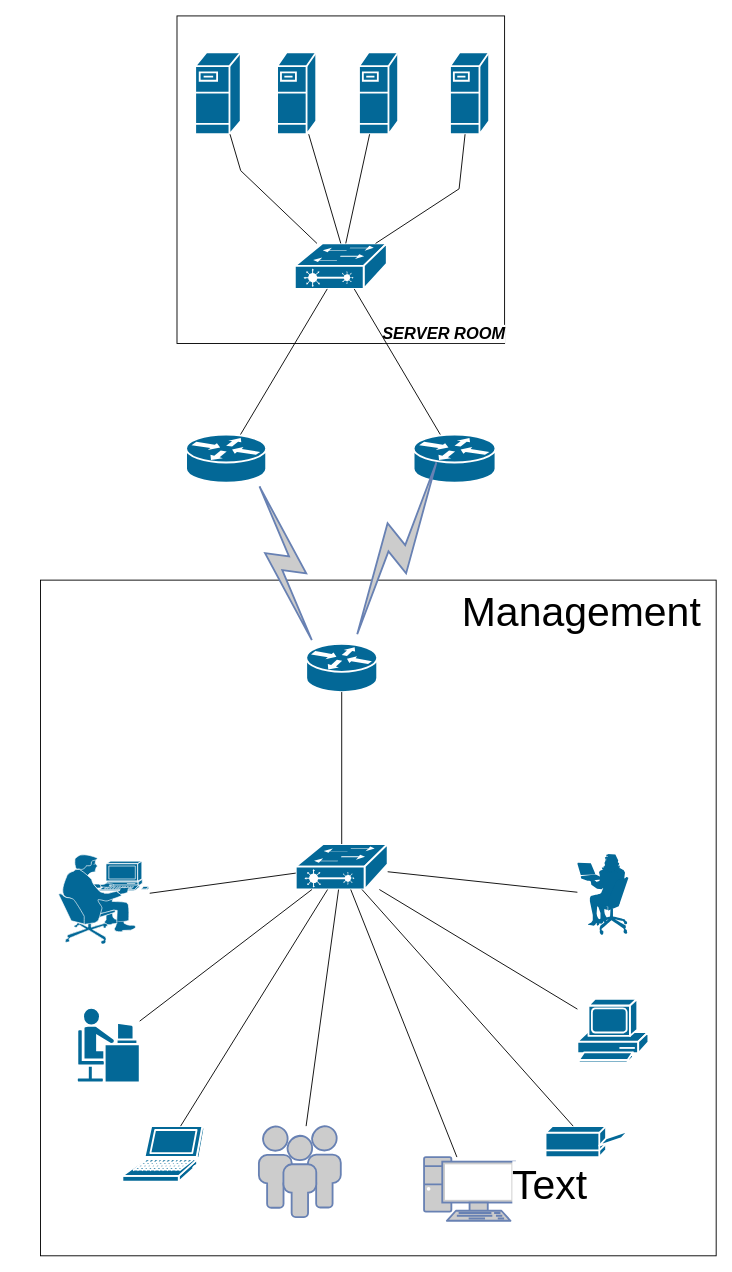
Before: CCNA.drawio in AkashArul/CCNA, a draw.io diagram. Source tidied: cells renumbered, new cells numbered last; positions are measured from the earlier drawing's top-left corner, leaving out a move shared by most shapes. Both pictures are drawn from the tidied source at 91%, with x=0, y=0 at pixel (32, 15).
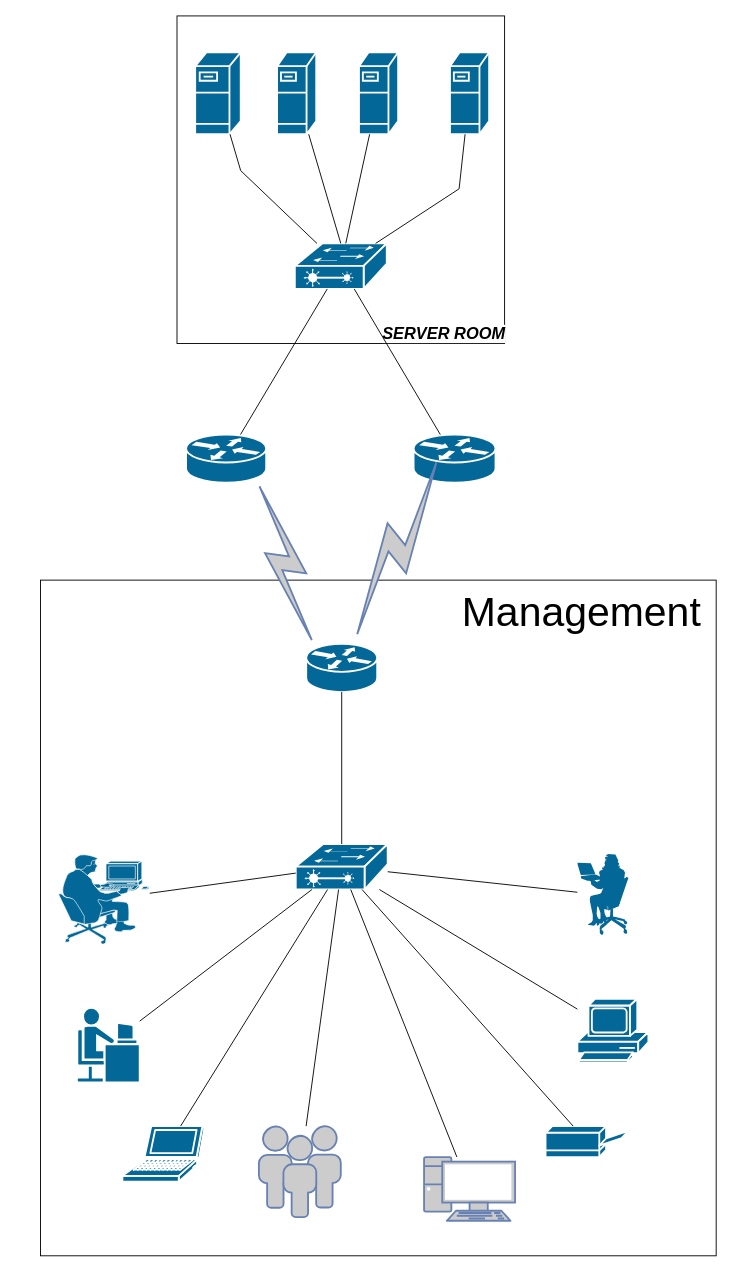
The same diagram, later.

What changed in the source:
```diff
@@
-    <mxCell id="40" value="Text" style="text;html=1;strokeColor=none;fillColor=none;align=center;verticalAlign=middle;whiteSpace=wrap;rounded=0;labelBackgroundColor=#FFFFFF;fontSize=45;" parent="1" vertex="1">
-      <mxGeometry x="539" y="1270" width="60" height="30" as="geometry" />
-    </mxCell>
```
